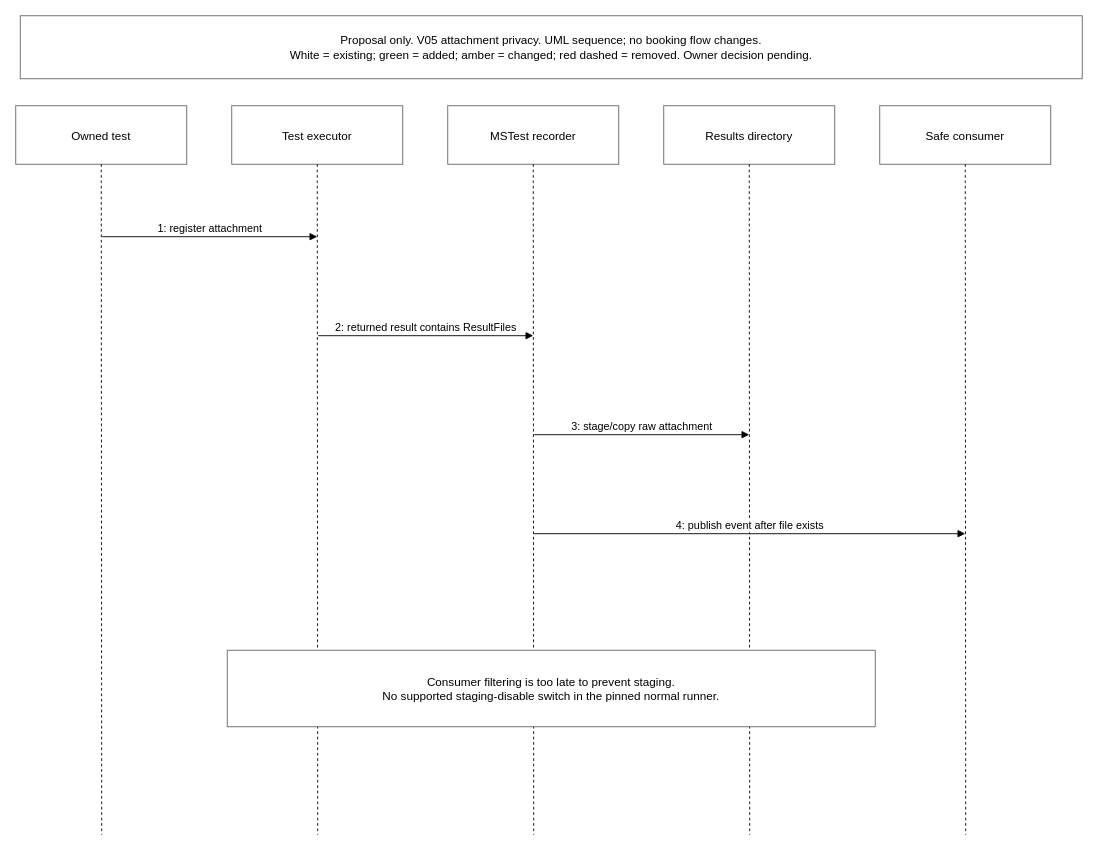
Earlier version of the draw.io diagram page "Before: UML sequence — attachment staging" (1 of 2) of diagrams/006-layered-testing-verification/attachment-policy-proposal.drawio (IgnatovichStanislav/checkin-booking). Source tidied: cells renumbered, new cells numbered last; positions are measured from the earlier drawing's top-left corner, leaving out a move shared by most shapes. Both pictures are drawn from the tidied source at 90%, with x=0, y=0 at pixel (15, 15).
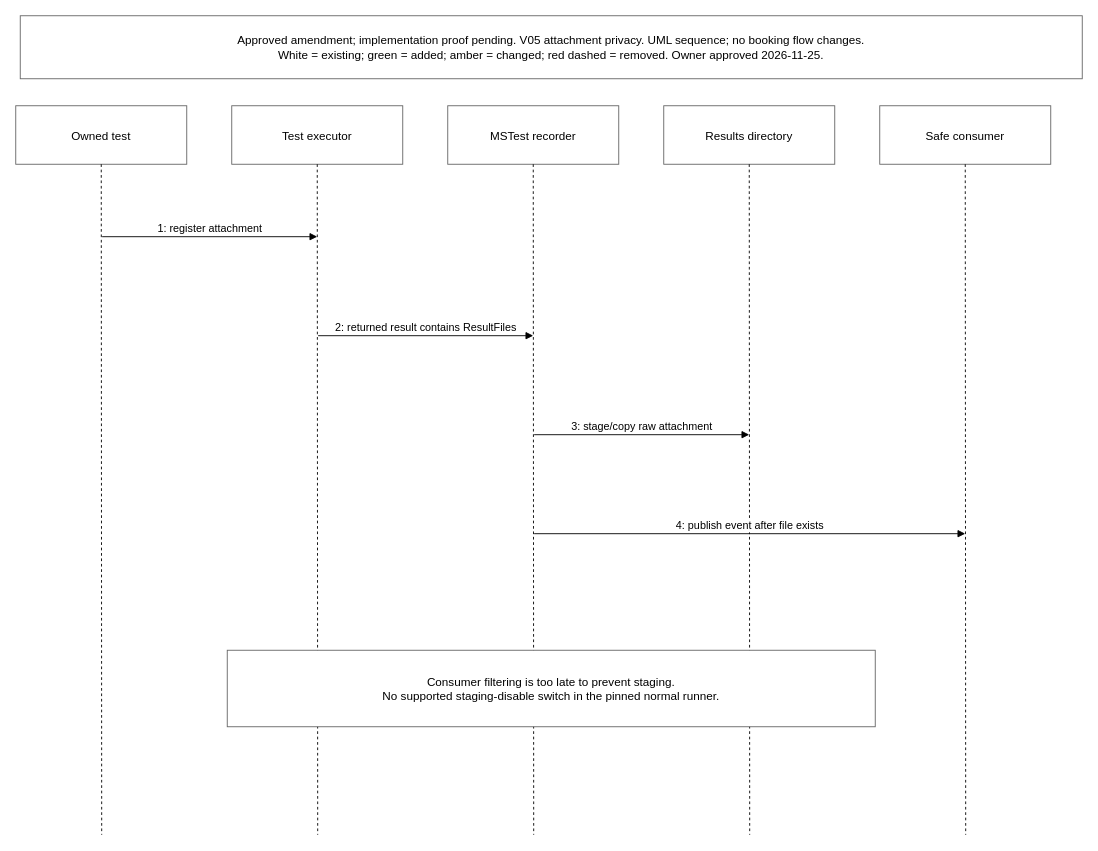
The same page after the edit.

Commit message (it also covers changes not shown here):
plan(006): approve pre-execution attachment policy

Diff of the diagram source:
```diff
@@
-    <mxCell id="2" value="Proposal only. V05 attachment privacy. UML sequence; no booking flow changes.&#10;White = existing; green = added; amber = changed; red dashed = removed. Owner decision pending." style="rounded=0;whiteSpace=wrap;html=0;fillColor=#ffffff;strokeColor=#666666;fontSize=13;" parent="1" vertex="1">
+    <mxCell id="2" value="Approved amendment; implementation proof pending. V05 attachment privacy. UML sequence; no booking flow changes.&#10;White = existing; green = added; amber = changed; red dashed = removed. Owner approved 2026-11-25." style="rounded=0;whiteSpace=wrap;html=0;fillColor=#ffffff;strokeColor=#666666;fontSize=13;" parent="1" vertex="1">
       <mxGeometry x="5" width="1180" height="70" as="geometry" />
     </mxCell>
```
